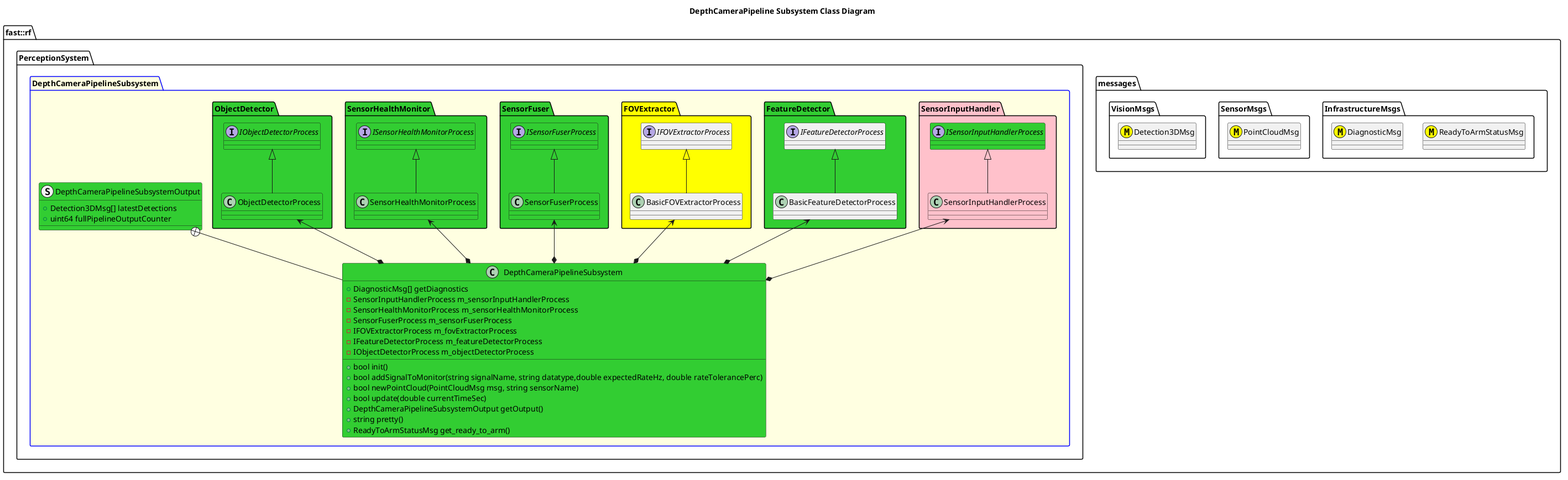
The PlantUML diagram Systems/Perception/Subsystems/DepthCameraPipeline/doc/puml/DepthCameraPipelineSubsystemClassDiagram.png in fastrobotics/robot_framework, before a commit.
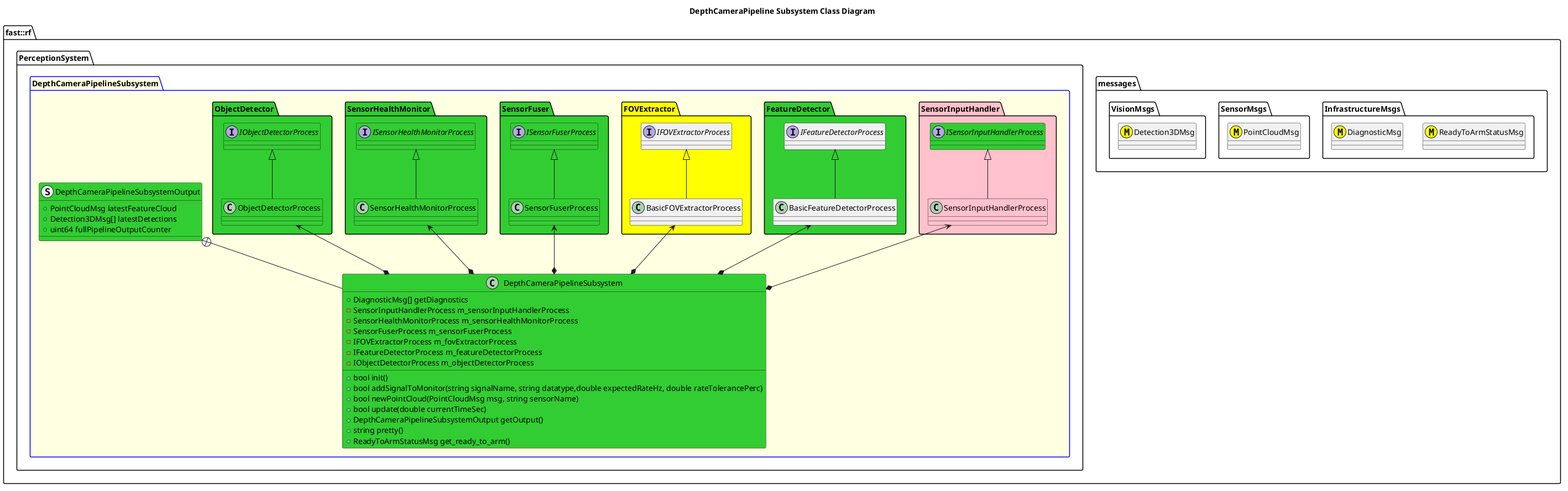
The same diagram one commit later.

Commit message:
Some fixes for Depth Camera Pipeline.

Diff of the diagram source:
```diff
@@ -48,6 +48,7 @@
             ObjectDetectorProcess -up-|> IObjectDetectorProcess
         }
         struct DepthCameraPipelineSubsystemOutput #LimeGreen {
+            +PointCloudMsg latestFeatureCloud
             +Detection3DMsg[] latestDetections
             +uint64 fullPipelineOutputCounter
         }
```
